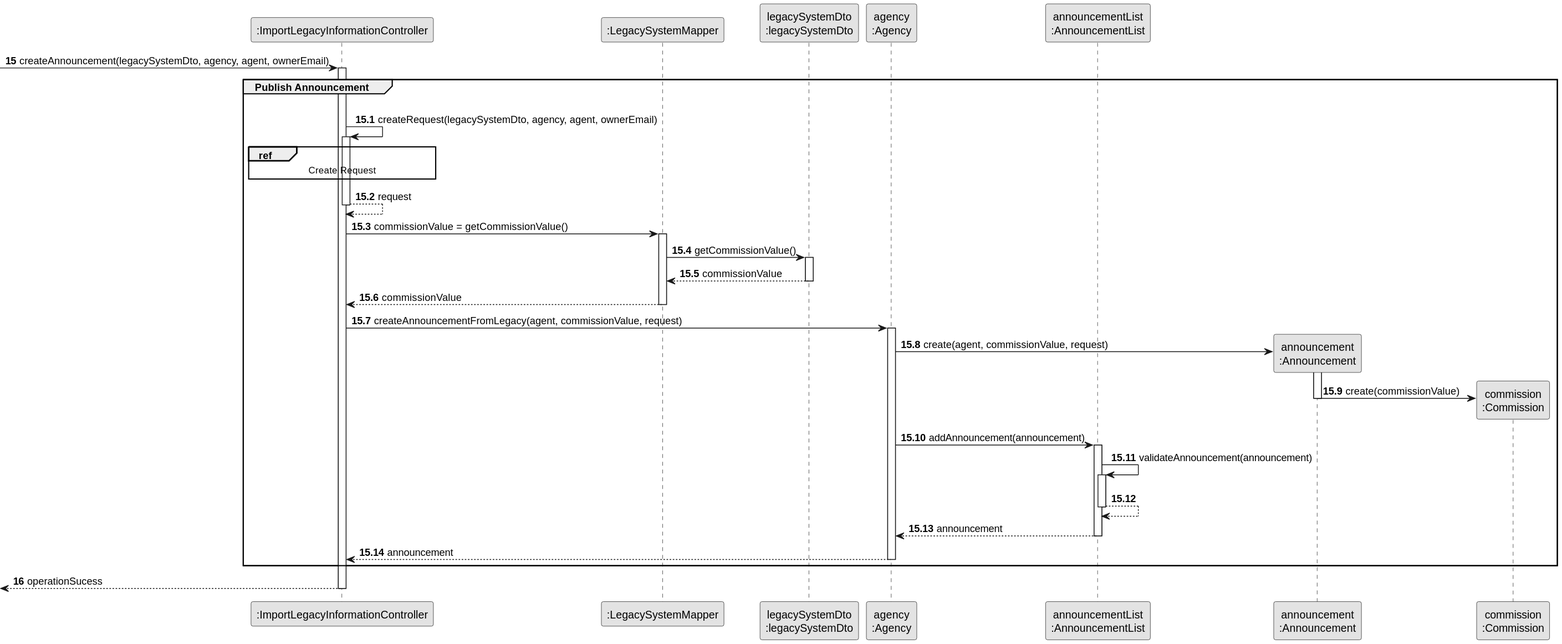
rita-barbosa/LAPR2-2223 keeps this PlantUML diagram as docs/sprintC/us012/03.design/svg/us012-sequence-diagram-partial-publish-announcement.svg. Above is the earlier version. Its diagram source:
```plantuml
@startuml
skinparam monochrome true
skinparam packageStyle rectangle
skinparam shANNOUNCEowing false
participant ":ImportLegacyInformationController" as CTRL
participant ":LegacySystemMapper" as MAPPER
participant "legacySystemDto\n:legacySystemDto" as DTO
participant "agency\n:Agency" as AGENCY
participant "announcementList\n:AnnouncementList" as LIST
participant "announcement\n:Announcement" as ANNOUNCE
participant "commission\n:Commission" as COMMISSION


    autonumber 15

     -> CTRL : createAnnouncement(legacySystemDto, agency, agent, ownerEmail)
    activate CTRL

    autonumber 15.1

    group Publish Announcement

    |||
    CTRL -> CTRL : createRequest(legacySystemDto, agency, agent, ownerEmail)
    activate CTRL

    ref over CTRL
        Create Request
    end ref

        CTRL --> CTRL : request
    deactivate CTRL

    CTRL -> MAPPER : commissionValue = getCommissionValue()
    activate MAPPER

        MAPPER -> DTO : getCommissionValue()
        activate DTO

            DTO --> MAPPER : commissionValue
        deactivate DTO

        MAPPER --> CTRL : commissionValue
    deactivate MAPPER

    CTRL -> AGENCY : createAnnouncementFromLegacy(agent, commissionValue, request)
    activate AGENCY

        AGENCY -> ANNOUNCE**: create(agent, commissionValue, request)
        activate ANNOUNCE

        ANNOUNCE -> COMMISSION** : create(commissionValue)
     deactivate ANNOUNCE

    AGENCY -> LIST: addAnnouncement(announcement)
    activate LIST

        LIST -> LIST: validateAnnouncement(announcement)
        activate LIST
            LIST --> LIST
        deactivate LIST

        LIST --> AGENCY : announcement
    deactivate LIST

        AGENCY --> CTRL : announcement
    deactivate  AGENCY

    end group

autonumber 16

    <-- CTRL : operationSucess
    deactivate CTRL
@enduml
```
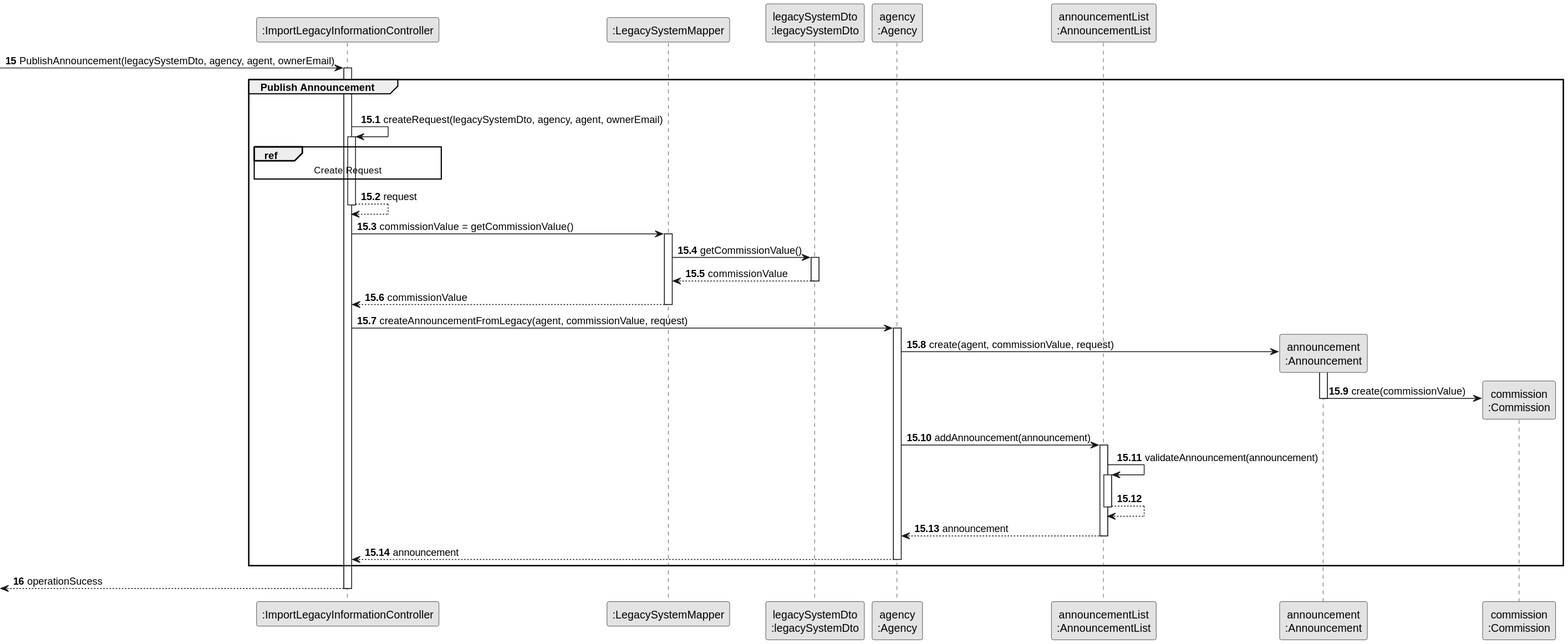
Above is the later version.

Commit message:
Add sequence diagram [US012][Design][#05 Task]

The edit, as a diff of the source:
```diff
@@ -13,7 +13,7 @@
 
     autonumber 15
 
-     -> CTRL : createAnnouncement(legacySystemDto, agency, agent, ownerEmail)
+     -> CTRL : PublishAnnouncement(legacySystemDto, agency, agent, ownerEmail)
     activate CTRL
 
     autonumber 15.1
```
